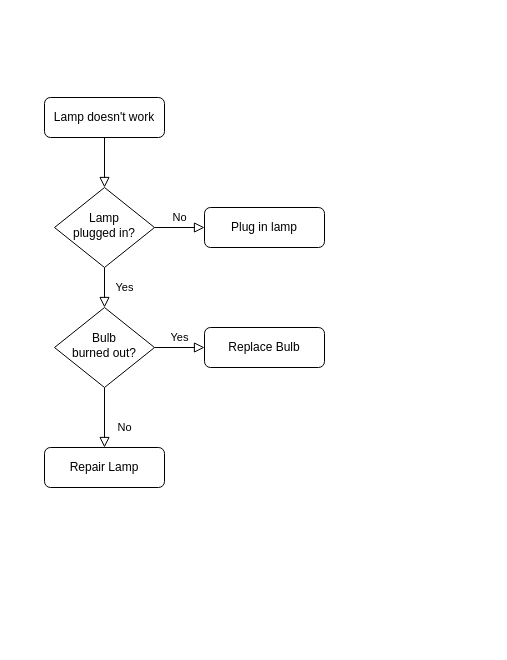
The draw.io diagram page "Page-1" (1 of 2) of Untitled Diagram.drawio in MohitBurkule/HeartRate, before the edit. Source tidied: cells renumbered, new cells numbered last; positions are measured from the earlier drawing's top-left corner, leaving out a move shared by most shapes. Both pictures are drawn from the tidied source at 100%, with x=0, y=0 at pixel (44, 97).
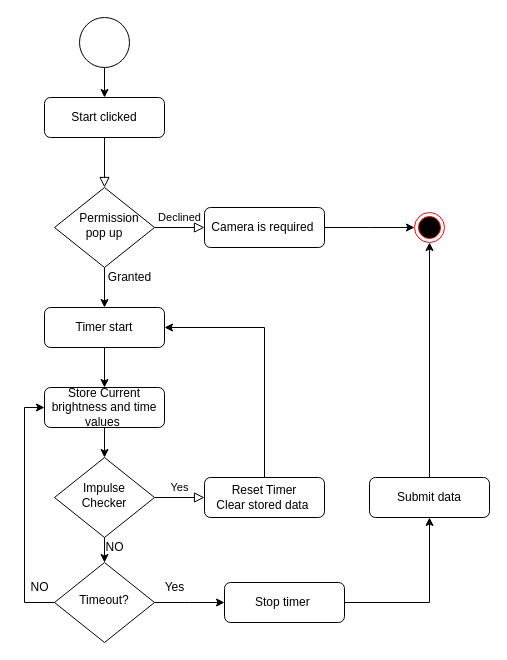
Above is the later version.

Diff of the diagram source:
```diff
@@
-    <mxCell id="3" value="Lamp doesn't work" style="rounded=1;whiteSpace=wrap;html=1;fontSize=12;glass=0;strokeWidth=1;shadow=0;" parent="1" vertex="1">
+    <mxCell id="3" value="Start clicked" style="rounded=1;whiteSpace=wrap;html=1;fontSize=12;glass=0;strokeWidth=1;shadow=0;" parent="1" vertex="1">
       <mxGeometry width="120" height="40" as="geometry" />
     </mxCell>
+    <mxCell id="5" value="Declined" style="edgeStyle=orthogonalEdgeStyle;rounded=0;html=1;jettySize=auto;fontSize=11;endArrow=block;endFill=0;endSize=8;strokeWidth=1;shadow=0;labelBackgroundColor=none;" parent="1" edge="1" source="6" target="7">
+      <mxGeometry y="10" relative="1" as="geometry" />
+    </mxCell>
+    <mxCell id="13" style="edgeStyle=orthogonalEdgeStyle;rounded=0;jettySize=auto;html=1;entryX=0.5;entryY=0;entryDx=0;entryDy=0;" parent="1" edge="1" source="6" target="21">
+      <mxGeometry relative="1" as="geometry" />
+    </mxCell>
+    <mxCell id="6" value="&amp;nbsp; &amp;nbsp;Permission pop up" style="rhombus;whiteSpace=wrap;html=1;shadow=0;fontFamily=Helvetica;fontSize=12;align=center;strokeWidth=1;spacing=6;spacingTop=-4;" parent="1" vertex="1">
+      <mxGeometry x="10" y="90" width="100" height="80" as="geometry" />
+    </mxCell>
+    <mxCell id="14" style="edgeStyle=orthogonalEdgeStyle;rounded=0;jettySize=auto;html=1;" parent="1" edge="1" source="7">
+      <mxGeometry relative="1" as="geometry">
+        <mxPoint x="370" y="130" as="targetPoint" />
+      </mxGeometry>
+    </mxCell>
+    <mxCell id="7" value="Camera is required&amp;nbsp;" style="rounded=1;whiteSpace=wrap;html=1;fontSize=12;glass=0;strokeWidth=1;shadow=0;" parent="1" vertex="1">
+      <mxGeometry x="160" y="110" width="120" height="40" as="geometry" />
+    </mxCell>
+    <mxCell id="9" value="Yes" style="edgeStyle=orthogonalEdgeStyle;rounded=0;html=1;jettySize=auto;fontSize=11;endArrow=block;endFill=0;endSize=8;strokeWidth=1;shadow=0;labelBackgroundColor=none;" parent="1" edge="1" source="10" target="12">
+      <mxGeometry y="10" relative="1" as="geometry" />
+    </mxCell>
+    <mxCell id="15" style="edgeStyle=orthogonalEdgeStyle;rounded=0;jettySize=auto;html=1;exitX=0.5;exitY=1;exitDx=0;exitDy=0;" parent="1" edge="1" source="10" target="26">
+      <mxGeometry relative="1" as="geometry" />
+    </mxCell>
+    <mxCell id="10" value="Impulse&lt;br&gt;Checker" style="rhombus;whiteSpace=wrap;html=1;shadow=0;fontFamily=Helvetica;fontSize=12;align=center;strokeWidth=1;spacing=6;spacingTop=-4;" parent="1" vertex="1">
+      <mxGeometry x="10" y="360" width="100" height="80" as="geometry" />
+    </mxCell>
+    <mxCell id="16" style="edgeStyle=orthogonalEdgeStyle;rounded=0;jettySize=auto;html=1;entryX=1;entryY=0.5;entryDx=0;entryDy=0;" parent="1" edge="1" source="12" target="21">
+      <mxGeometry relative="1" as="geometry">
+        <Array as="points">
+          <mxPoint x="220" y="230" />
+        </Array>
+      </mxGeometry>
+    </mxCell>
+    <mxCell id="12" value="Reset Timer&lt;br&gt;Clear stored data&amp;nbsp;" style="rounded=1;whiteSpace=wrap;html=1;fontSize=12;glass=0;strokeWidth=1;shadow=0;" parent="1" vertex="1">
+      <mxGeometry x="160" y="380" width="120" height="40" as="geometry" />
+    </mxCell>
+    <mxCell id="17" style="ellipse;html=1;shape=endState;fillColor=#000000;strokeColor=#ff0000;" parent="1" vertex="1">
+      <mxGeometry x="370" y="115" width="30" height="30" as="geometry" />
+    </mxCell>
+    <mxCell id="18" style="edgeStyle=orthogonalEdgeStyle;rounded=0;jettySize=auto;html=1;entryX=0.5;entryY=0;entryDx=0;entryDy=0;" parent="1" edge="1" source="19" target="3">
+      <mxGeometry relative="1" as="geometry" />
+    </mxCell>
+    <mxCell id="19" style="shape=mxgraph.bpmn.shape;html=1;verticalLabelPosition=bottom;labelBackgroundColor=#ffffff;verticalAlign=top;align=center;perimeter=ellipsePerimeter;outlineConnect=0;outline=standard;symbol=general;" parent="1" vertex="1">
+      <mxGeometry x="35" y="-80" width="50" height="50" as="geometry" />
+    </mxCell>
+    <mxCell id="20" style="edgeStyle=orthogonalEdgeStyle;rounded=0;jettySize=auto;html=1;exitX=0.5;exitY=1;exitDx=0;exitDy=0;entryX=0.5;entryY=0;entryDx=0;entryDy=0;" parent="1" edge="1" source="21" target="23">
+      <mxGeometry relative="1" as="geometry" />
+    </mxCell>
+    <mxCell id="21" value="Timer start" style="rounded=1;whiteSpace=wrap;html=1;fontSize=12;glass=0;strokeWidth=1;shadow=0;" parent="1" vertex="1">
+      <mxGeometry y="210" width="120" height="40" as="geometry" />
+    </mxCell>
+    <mxCell id="22" style="edgeStyle=orthogonalEdgeStyle;rounded=0;jettySize=auto;html=1;entryX=0.5;entryY=0;entryDx=0;entryDy=0;" parent="1" edge="1" source="23" target="10">
+      <mxGeometry relative="1" as="geometry" />
+    </mxCell>
+    <mxCell id="23" value="Store Current brightness and time values&amp;nbsp;" style="rounded=1;whiteSpace=wrap;html=1;fontSize=12;glass=0;strokeWidth=1;shadow=0;" parent="1" vertex="1">
+      <mxGeometry y="290" width="120" height="40" as="geometry" />
+    </mxCell>
+    <mxCell id="24" style="edgeStyle=orthogonalEdgeStyle;rounded=0;jettySize=auto;html=1;exitX=0;exitY=0.5;exitDx=0;exitDy=0;entryX=0;entryY=0.5;entryDx=0;entryDy=0;" parent="1" edge="1" source="26" target="23">
+      <mxGeometry relative="1" as="geometry" />
+    </mxCell>
+    <mxCell id="25" style="edgeStyle=orthogonalEdgeStyle;rounded=0;jettySize=auto;html=1;exitX=1;exitY=0.5;exitDx=0;exitDy=0;" parent="1" edge="1" source="26">
+      <mxGeometry relative="1" as="geometry">
+        <mxPoint x="180" y="505" as="targetPoint" />
+      </mxGeometry>
+    </mxCell>
+    <mxCell id="26" value="Timeout?" style="rhombus;whiteSpace=wrap;html=1;shadow=0;fontFamily=Helvetica;fontSize=12;align=center;strokeWidth=1;spacing=6;spacingTop=-4;" parent="1" vertex="1">
+      <mxGeometry x="10" y="465" width="100" height="80" as="geometry" />
+    </mxCell>
+    <mxCell id="27" value="NO" style="text;html=1;align=center;verticalAlign=middle;" parent="1" vertex="1">
+      <mxGeometry x="-20" y="480" width="30" height="20" as="geometry" />
+    </mxCell>
+    <mxCell id="28" value="NO" style="text;html=1;align=center;verticalAlign=middle;" parent="1" vertex="1">
+      <mxGeometry x="55" y="440" width="30" height="20" as="geometry" />
+    </mxCell>
+    <mxCell id="29" style="edgeStyle=orthogonalEdgeStyle;rounded=0;jettySize=auto;html=1;exitX=1;exitY=0.5;exitDx=0;exitDy=0;" parent="1" edge="1" source="30" target="32">
+      <mxGeometry relative="1" as="geometry" />
+    </mxCell>
+    <mxCell id="30" value="Stop timer&amp;nbsp;" style="rounded=1;whiteSpace=wrap;html=1;fontSize=12;glass=0;strokeWidth=1;shadow=0;" parent="1" vertex="1">
+      <mxGeometry x="180" y="485" width="120" height="40" as="geometry" />
+    </mxCell>
+    <mxCell id="31" style="edgeStyle=orthogonalEdgeStyle;rounded=0;jettySize=auto;html=1;entryX=0.5;entryY=1;entryDx=0;entryDy=0;" parent="1" edge="1" source="32" target="17">
+      <mxGeometry relative="1" as="geometry" />
+    </mxCell>
+    <mxCell id="32" value="Submit data" style="rounded=1;whiteSpace=wrap;html=1;fontSize=12;glass=0;strokeWidth=1;shadow=0;" parent="1" vertex="1">
+      <mxGeometry x="325" y="380" width="120" height="40" as="geometry" />
+    </mxCell>
+    <mxCell id="33" value="Granted" style="text;html=1;align=center;verticalAlign=middle;" parent="1" vertex="1">
+      <mxGeometry x="55" y="170" width="60" height="20" as="geometry" />
+    </mxCell>
-    <mxCell id="4" value="Yes" style="rounded=0;html=1;jettySize=auto;fontSize=11;endArrow=block;endFill=0;endSize=8;strokeWidth=1;shadow=0;labelBackgroundColor=none;edgeStyle=orthogonalEdgeStyle;" parent="1" edge="1" source="6" target="10">
-      <mxGeometry y="20" relative="1" as="geometry" />
+    <mxCell id="4" value="Yes" style="text;html=1;align=center;verticalAlign=middle;" parent="1" vertex="1">
+      <mxGeometry x="115" y="480" width="30" height="20" as="geometry" />
     </mxCell>
-    <mxCell id="5" value="No" style="edgeStyle=orthogonalEdgeStyle;rounded=0;html=1;jettySize=auto;fontSize=11;endArrow=block;endFill=0;endSize=8;strokeWidth=1;shadow=0;labelBackgroundColor=none;" parent="1" edge="1" source="6" target="7">
-      <mxGeometry y="10" relative="1" as="geometry" />
-    </mxCell>
-    <mxCell id="6" value="Lamp&lt;br&gt;plugged in?" style="rhombus;whiteSpace=wrap;html=1;shadow=0;fontFamily=Helvetica;fontSize=12;align=center;strokeWidth=1;spacing=6;spacingTop=-4;" parent="1" vertex="1">
-      <mxGeometry x="10" y="90" width="100" height="80" as="geometry" />
-    </mxCell>
-    <mxCell id="7" value="Plug in lamp" style="rounded=1;whiteSpace=wrap;html=1;fontSize=12;glass=0;strokeWidth=1;shadow=0;" parent="1" vertex="1">
-      <mxGeometry x="160" y="110" width="120" height="40" as="geometry" />
-    </mxCell>
-    <mxCell id="8" value="No" style="rounded=0;html=1;jettySize=auto;fontSize=11;endArrow=block;endFill=0;endSize=8;strokeWidth=1;shadow=0;labelBackgroundColor=none;edgeStyle=orthogonalEdgeStyle;" parent="1" edge="1" source="10" target="11">
-      <mxGeometry x="0.33" y="20" relative="1" as="geometry" />
-    </mxCell>
-    <mxCell id="9" value="Yes" style="edgeStyle=orthogonalEdgeStyle;rounded=0;html=1;jettySize=auto;fontSize=11;endArrow=block;endFill=0;endSize=8;strokeWidth=1;shadow=0;labelBackgroundColor=none;" parent="1" edge="1" source="10" target="12">
-      <mxGeometry y="10" relative="1" as="geometry" />
-    </mxCell>
-    <mxCell id="10" value="Bulb&lt;br&gt;burned out?" style="rhombus;whiteSpace=wrap;html=1;shadow=0;fontFamily=Helvetica;fontSize=12;align=center;strokeWidth=1;spacing=6;spacingTop=-4;" parent="1" vertex="1">
-      <mxGeometry x="10" y="210" width="100" height="80" as="geometry" />
-    </mxCell>
-    <mxCell id="11" value="Repair Lamp" style="rounded=1;whiteSpace=wrap;html=1;fontSize=12;glass=0;strokeWidth=1;shadow=0;" parent="1" vertex="1">
-      <mxGeometry y="350" width="120" height="40" as="geometry" />
-    </mxCell>
-    <mxCell id="12" value="Replace Bulb" style="rounded=1;whiteSpace=wrap;html=1;fontSize=12;glass=0;strokeWidth=1;shadow=0;" parent="1" vertex="1">
-      <mxGeometry x="160" y="230" width="120" height="40" as="geometry" />
-    </mxCell>
```
